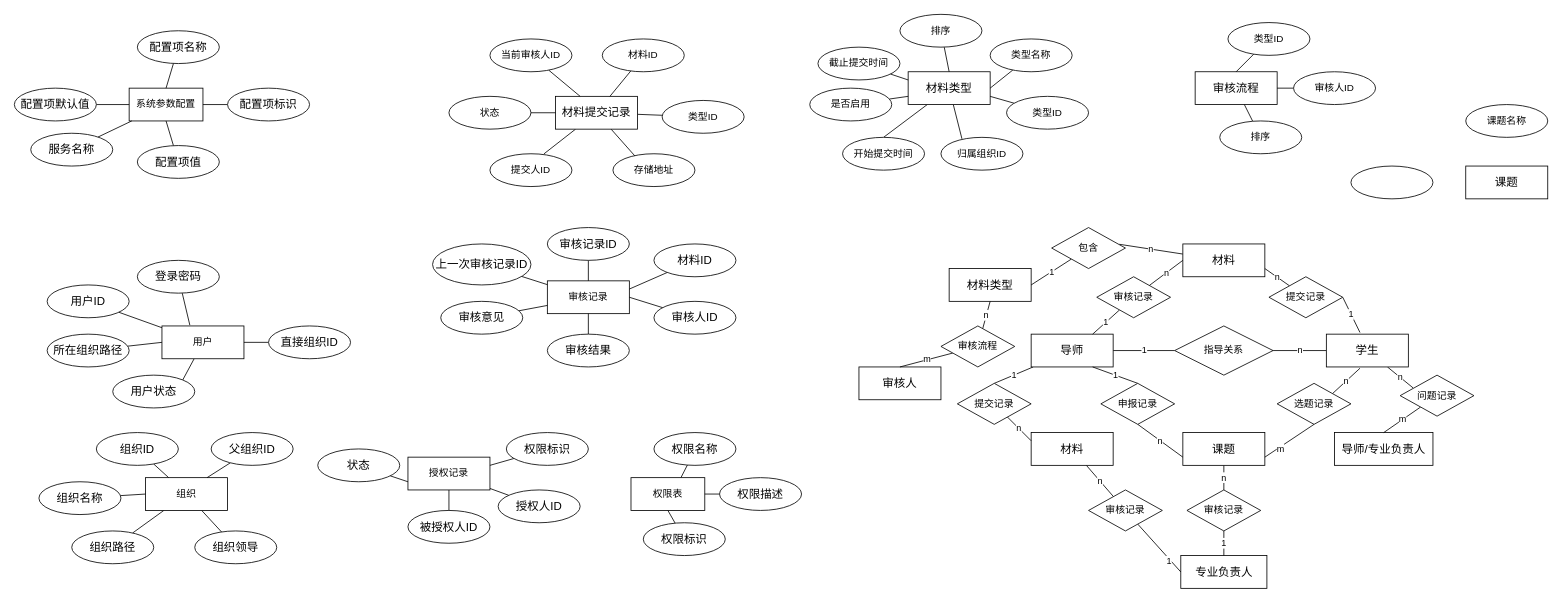
FdfGithub/drawio keeps this draw.io diagram as temp/ER模型.drawio. Above is the earlier version. Source tidied: cells renumbered, new cells numbered last; positions are measured from the earlier drawing's top-left corner, leaving out a move shared by most shapes. Both pictures are drawn from the tidied source at 82%, with x=0, y=0 at pixel (14, 14).
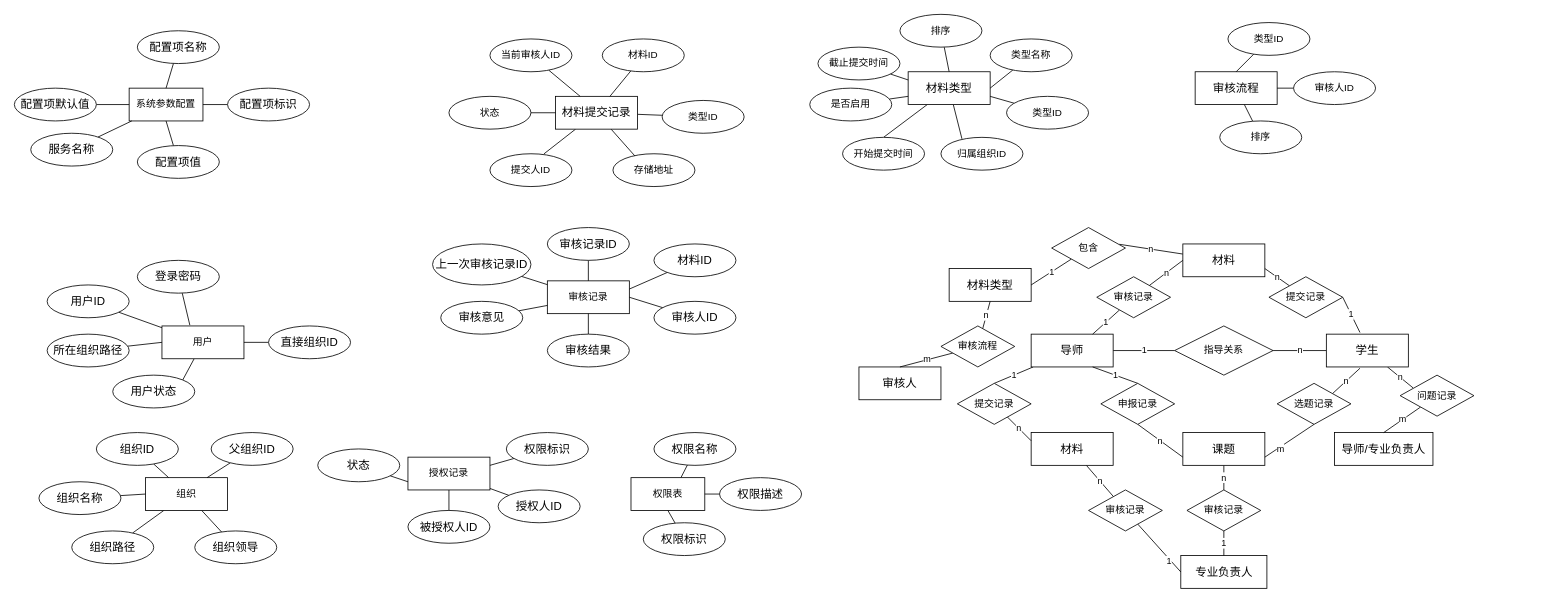
Above is the later version.

The edit, as a diff of the source:
```diff
@@
-    <mxCell id="143" value="&lt;span style=&quot;font-size: 14px&quot;&gt;课题&lt;/span&gt;" style="whiteSpace=wrap;html=1;align=center;" parent="1" vertex="1">
-      <mxGeometry x="1770" y="185" width="100" height="40" as="geometry" />
-    </mxCell>
-    <mxCell id="144" value="课题名称" style="ellipse;whiteSpace=wrap;html=1;align=center;" parent="1" vertex="1">
-      <mxGeometry x="1770" y="110" width="100" height="40" as="geometry" />
-    </mxCell>
-    <mxCell id="145" style="ellipse;whiteSpace=wrap;html=1;align=center;" parent="1" vertex="1">
-      <mxGeometry x="1630" y="185" width="100" height="40" as="geometry" />
-    </mxCell>
```
